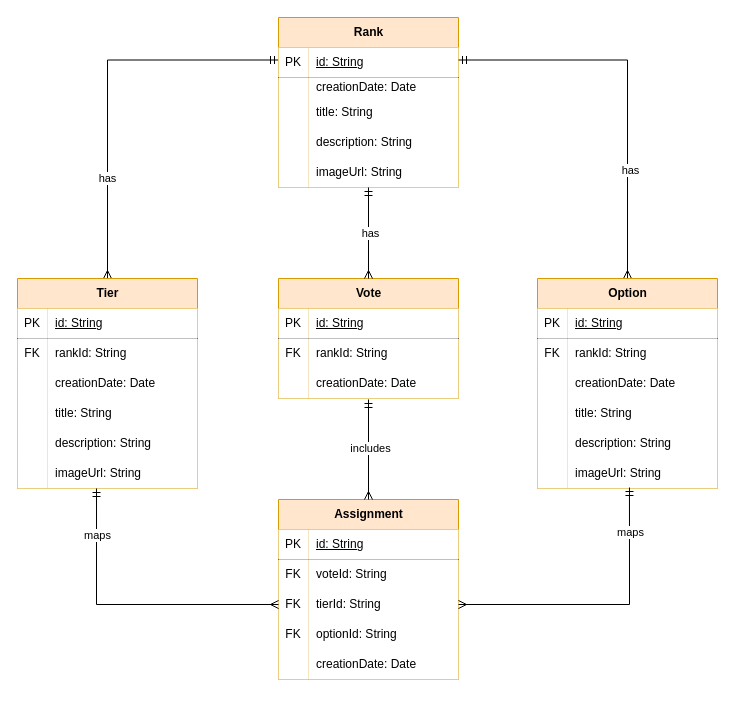
The draw.io diagram page "DomainEntities" (1 of 2) of docs/Diagrams.drawio in BrunoMNDantas/Ranker, before the edit. Source tidied: cells renumbered, new cells numbered last; positions are measured from the earlier drawing's top-left corner, leaving out a move shared by most shapes. Both pictures are drawn from the tidied source at 100%, with x=0, y=0 at pixel (17, 17).
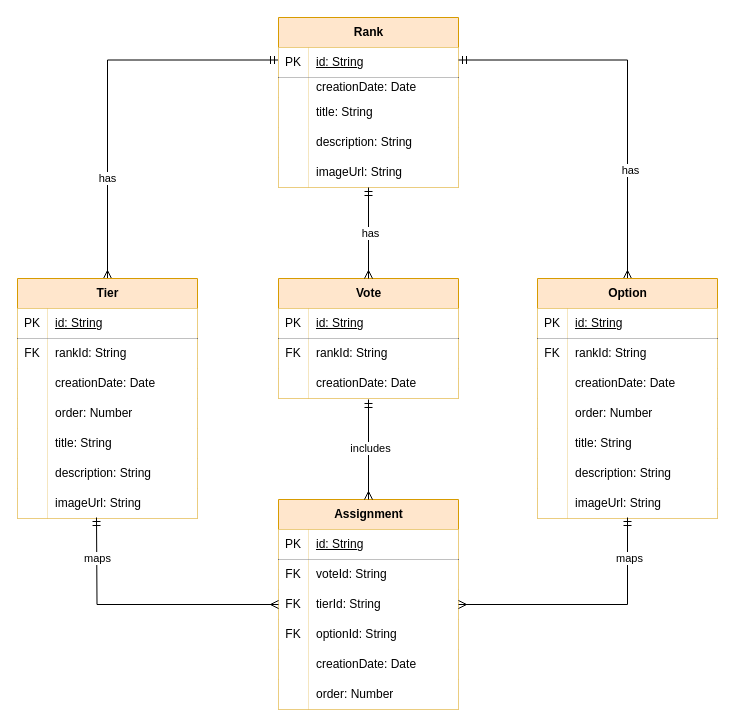
The same page after the edit.

Commit message (it also covers changes not shown here):
Added order property to DomainEntities diagram

The change refers to these unchanged cells:
```xml
<mxCell id="14" style="shape=tableRow;horizontal=0;startSize=0;swimlaneHead=0;swimlaneBody=0;fillColor=none;top=0;left=0;right=0;bottom=0;" parent="4" vertex="1">
  <mxGeometry y="120" width="180" height="30" as="geometry" />
</mxCell>
<mxCell id="17" style="shape=tableRow;horizontal=0;startSize=0;swimlaneHead=0;swimlaneBody=0;fillColor=none;top=0;left=0;right=0;bottom=0;" parent="4" vertex="1">
  <mxGeometry y="150" width="180" height="30" as="geometry" />
</mxCell>
<mxCell id="20" style="shape=tableRow;horizontal=0;startSize=0;swimlaneHead=0;swimlaneBody=0;fillColor=none;points=[[0,0.5],[1,0.5]];portConstraint=eastwest;top=0;left=0;right=0;bottom=0;" parent="4" vertex="1">
  <mxGeometry y="180" width="180" height="30" as="geometry" />
</mxCell>
<mxCell id="56" style="shape=tableRow;horizontal=0;startSize=0;swimlaneHead=0;swimlaneBody=0;fillColor=none;points=[[0,0.5],[1,0.5]];portConstraint=eastwest;top=0;left=0;right=0;bottom=0;" parent="49" vertex="1">
  <mxGeometry y="90" width="180" height="30" as="geometry" />
</mxCell>
<mxCell id="77" style="shape=tableRow;horizontal=0;startSize=0;swimlaneHead=0;swimlaneBody=0;fillColor=none;top=0;left=0;right=0;bottom=0;" parent="67" vertex="1">
  <mxGeometry y="120" width="180" height="30" as="geometry" />
</mxCell>
<mxCell id="80" style="shape=tableRow;horizontal=0;startSize=0;swimlaneHead=0;swimlaneBody=0;fillColor=none;top=0;left=0;right=0;bottom=0;" parent="67" vertex="1">
  <mxGeometry y="150" width="180" height="30" as="geometry" />
</mxCell>
<mxCell id="83" style="shape=tableRow;horizontal=0;startSize=0;swimlaneHead=0;swimlaneBody=0;fillColor=none;points=[[0,0.5],[1,0.5]];portConstraint=eastwest;top=0;left=0;right=0;bottom=0;" parent="67" vertex="1">
  <mxGeometry y="180" width="180" height="30" as="geometry" />
</mxCell>
```

The edit, as a diff of the source:
```diff
@@
     <mxCell id="4" value="Tier" style="shape=table;startSize=30;childLayout=tableLayout;rowLines=0;fontStyle=1;align=center;html=1;fillColor=#ffe6cc;strokeColor=#d79b00;fillStyle=solid;" parent="1" vertex="1">
-      <mxGeometry y="261" width="180" height="210" as="geometry" />
+      <mxGeometry y="261" width="180" height="240" as="geometry" />
     </mxCell>
@@
-    <mxCell id="16" value="title: String" style="shape=partialRectangle;fillColor=default;top=0;left=0;bottom=0;right=0;align=left;spacingLeft=6;overflow=hidden;whiteSpace=wrap;html=1;" parent="14" vertex="1">
+    <mxCell id="16" value="order: Number" style="shape=partialRectangle;fillColor=default;top=0;left=0;bottom=0;right=0;align=left;spacingLeft=6;overflow=hidden;whiteSpace=wrap;html=1;" parent="14" vertex="1">
       <mxGeometry x="30" width="150" height="30" as="geometry" />
     </mxCell>
@@
-    <mxCell id="19" value="description: String" style="shape=partialRectangle;fillColor=default;top=0;left=0;bottom=0;right=0;align=left;spacingLeft=6;overflow=hidden;whiteSpace=wrap;html=1;" parent="17" vertex="1">
+    <mxCell id="19" value="title: String" style="shape=partialRectangle;fillColor=default;top=0;left=0;bottom=0;right=0;align=left;spacingLeft=6;overflow=hidden;whiteSpace=wrap;html=1;" parent="17" vertex="1">
       <mxGeometry x="30" width="150" height="30" as="geometry" />
     </mxCell>
@@
-    <mxCell id="22" value="imageUrl: String" style="shape=partialRectangle;fillColor=default;top=0;left=0;bottom=0;right=0;align=left;spacingLeft=6;overflow=hidden;whiteSpace=wrap;html=1;" parent="20" vertex="1">
+    <mxCell id="22" value="description: String" style="shape=partialRectangle;fillColor=default;top=0;left=0;bottom=0;right=0;align=left;spacingLeft=6;overflow=hidden;whiteSpace=wrap;html=1;" parent="20" vertex="1">
       <mxGeometry x="30" width="150" height="30" as="geometry" />
     </mxCell>
+    <mxCell id="94" style="shape=tableRow;horizontal=0;startSize=0;swimlaneHead=0;swimlaneBody=0;fillColor=none;top=0;left=0;right=0;bottom=0;" parent="4" vertex="1">
+      <mxGeometry y="210" width="180" height="30" as="geometry" />
+    </mxCell>
+    <mxCell id="95" style="shape=partialRectangle;fillColor=default;top=0;left=0;bottom=0;right=0;overflow=hidden;whiteSpace=wrap;html=1;" parent="94" vertex="1">
+      <mxGeometry width="30" height="30" as="geometry" />
+    </mxCell>
+    <mxCell id="96" value="imageUrl: String" style="shape=partialRectangle;fillColor=default;top=0;left=0;bottom=0;right=0;align=left;spacingLeft=6;overflow=hidden;whiteSpace=wrap;html=1;" parent="94" vertex="1">
+      <mxGeometry x="30" width="150" height="30" as="geometry" />
+    </mxCell>
@@
     <mxCell id="49" value="Assignment" style="shape=table;startSize=30;childLayout=tableLayout;rowLines=0;fontStyle=1;align=center;html=1;fillColor=#ffe6cc;strokeColor=#d79b00;fillStyle=solid;" parent="1" vertex="1">
-      <mxGeometry x="261" y="482" width="180" height="180" as="geometry" />
+      <mxGeometry x="261" y="482" width="180" height="210" as="geometry" />
     </mxCell>
@@
+    <mxCell id="97" style="shape=tableRow;horizontal=0;startSize=0;swimlaneHead=0;swimlaneBody=0;fillColor=none;top=0;left=0;right=0;bottom=0;" parent="49" vertex="1">
+      <mxGeometry y="180" width="180" height="30" as="geometry" />
+    </mxCell>
+    <mxCell id="98" style="shape=partialRectangle;fillColor=default;top=0;left=0;bottom=0;right=0;overflow=hidden;whiteSpace=wrap;html=1;" parent="97" vertex="1">
+      <mxGeometry width="30" height="30" as="geometry" />
+    </mxCell>
+    <mxCell id="99" value="order: Number" style="shape=partialRectangle;fillColor=default;top=0;left=0;bottom=0;right=0;align=left;spacingLeft=6;overflow=hidden;whiteSpace=wrap;html=1;" parent="97" vertex="1">
+      <mxGeometry x="30" width="150" height="30" as="geometry" />
+    </mxCell>
@@
     <mxCell id="67" value="Option" style="shape=table;startSize=30;childLayout=tableLayout;rowLines=0;fontStyle=1;align=center;html=1;fillColor=#ffe6cc;strokeColor=#d79b00;fillStyle=solid;" parent="1" vertex="1">
-      <mxGeometry x="520" y="261" width="180" height="210" as="geometry" />
+      <mxGeometry x="520" y="261" width="180" height="240" as="geometry" />
     </mxCell>
@@
-    <mxCell id="79" value="title: String" style="shape=partialRectangle;fillColor=default;top=0;left=0;bottom=0;right=0;align=left;spacingLeft=6;overflow=hidden;whiteSpace=wrap;html=1;" parent="77" vertex="1">
+    <mxCell id="79" value="order: Number" style="shape=partialRectangle;fillColor=default;top=0;left=0;bottom=0;right=0;align=left;spacingLeft=6;overflow=hidden;whiteSpace=wrap;html=1;" parent="77" vertex="1">
       <mxGeometry x="30" width="150" height="30" as="geometry" />
     </mxCell>
@@
-    <mxCell id="82" value="description: String" style="shape=partialRectangle;fillColor=default;top=0;left=0;bottom=0;right=0;align=left;spacingLeft=6;overflow=hidden;whiteSpace=wrap;html=1;" parent="80" vertex="1">
+    <mxCell id="82" value="title: String" style="shape=partialRectangle;fillColor=default;top=0;left=0;bottom=0;right=0;align=left;spacingLeft=6;overflow=hidden;whiteSpace=wrap;html=1;" parent="80" vertex="1">
       <mxGeometry x="30" width="150" height="30" as="geometry" />
     </mxCell>
@@
-    <mxCell id="85" value="imageUrl: String" style="shape=partialRectangle;fillColor=default;top=0;left=0;bottom=0;right=0;align=left;spacingLeft=6;overflow=hidden;whiteSpace=wrap;html=1;" parent="83" vertex="1">
+    <mxCell id="85" value="description: String" style="shape=partialRectangle;fillColor=default;top=0;left=0;bottom=0;right=0;align=left;spacingLeft=6;overflow=hidden;whiteSpace=wrap;html=1;" parent="83" vertex="1">
       <mxGeometry x="30" width="150" height="30" as="geometry" />
     </mxCell>
+    <mxCell id="100" style="shape=tableRow;horizontal=0;startSize=0;swimlaneHead=0;swimlaneBody=0;fillColor=none;points=[[0,0.5],[1,0.5]];portConstraint=eastwest;top=0;left=0;right=0;bottom=0;" parent="67" vertex="1">
+      <mxGeometry y="210" width="180" height="30" as="geometry" />
+    </mxCell>
+    <mxCell id="101" style="shape=partialRectangle;fillColor=default;top=0;left=0;bottom=0;right=0;overflow=hidden;whiteSpace=wrap;html=1;" parent="100" vertex="1">
+      <mxGeometry width="30" height="30" as="geometry" />
+    </mxCell>
+    <mxCell id="102" value="imageUrl: String" style="shape=partialRectangle;fillColor=default;top=0;left=0;bottom=0;right=0;align=left;spacingLeft=6;overflow=hidden;whiteSpace=wrap;html=1;" parent="100" vertex="1">
+      <mxGeometry x="30" width="150" height="30" as="geometry" />
+    </mxCell>
@@
-    <mxCell id="88" style="edgeStyle=orthogonalEdgeStyle;rounded=0;jettySize=auto;html=1;exitX=1;exitY=0.5;exitDx=0;exitDy=0;endArrow=ERmandOne;endFill=0;startArrow=ERmany;startFill=0;entryX=0.511;entryY=0.967;entryDx=0;entryDy=0;entryPerimeter=0;" parent="1" edge="1" source="56" target="83">
+    <mxCell id="88" style="edgeStyle=orthogonalEdgeStyle;rounded=0;jettySize=auto;html=1;exitX=1;exitY=0.5;exitDx=0;exitDy=0;endArrow=ERmandOne;endFill=0;startArrow=ERmany;startFill=0;entryX=0.5;entryY=0.967;entryDx=0;entryDy=0;entryPerimeter=0;" parent="1" edge="1" source="56" target="100">
       <mxGeometry relative="1" as="geometry" />
     </mxCell>
@@
-    <mxCell id="90" style="edgeStyle=orthogonalEdgeStyle;rounded=0;jettySize=auto;html=1;exitX=0;exitY=0.5;exitDx=0;exitDy=0;endArrow=ERmandOne;endFill=0;startArrow=ERmany;startFill=0;entryX=0.439;entryY=1;entryDx=0;entryDy=0;entryPerimeter=0;" parent="1" edge="1" source="56" target="20">
-      <mxGeometry relative="1" as="geometry" />
+    <mxCell id="90" style="edgeStyle=orthogonalEdgeStyle;rounded=0;jettySize=auto;html=1;exitX=0;exitY=0.5;exitDx=0;exitDy=0;endArrow=ERmandOne;endFill=0;startArrow=ERmany;startFill=0;" parent="1" edge="1" source="56">
+      <mxGeometry relative="1" as="geometry">
+        <mxPoint x="79" y="500" as="targetPoint" />
+      </mxGeometry>
     </mxCell>
```
